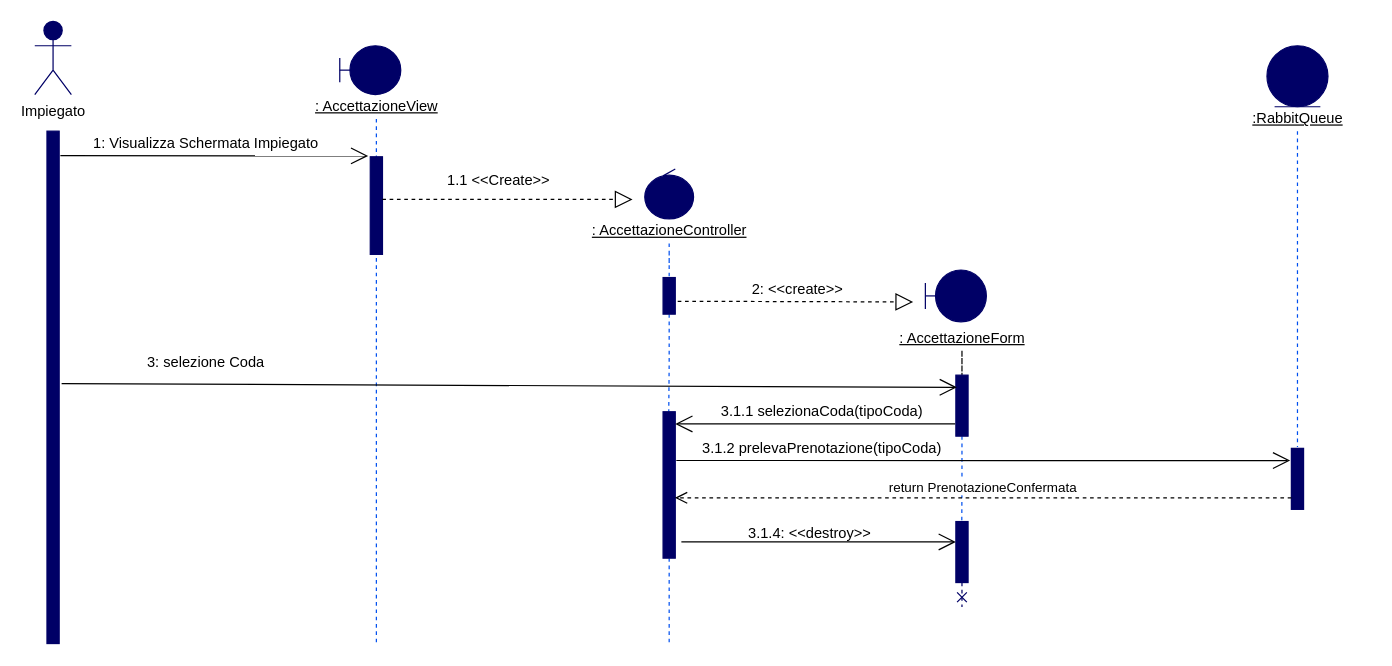
Earlier version of the draw.io diagram Documenti/RAD/Sequence Diagram/Accettazione Prenotazione/SD AccettazionePrenotazione (Con repo).drawio (Givaa/MedQueue). Source tidied: cells renumbered, new cells numbered last; positions are measured from the earlier drawing's top-left corner, leaving out a move shared by most shapes. Both pictures are drawn from the tidied source at 122%, with x=0, y=0 at pixel (34, 21).
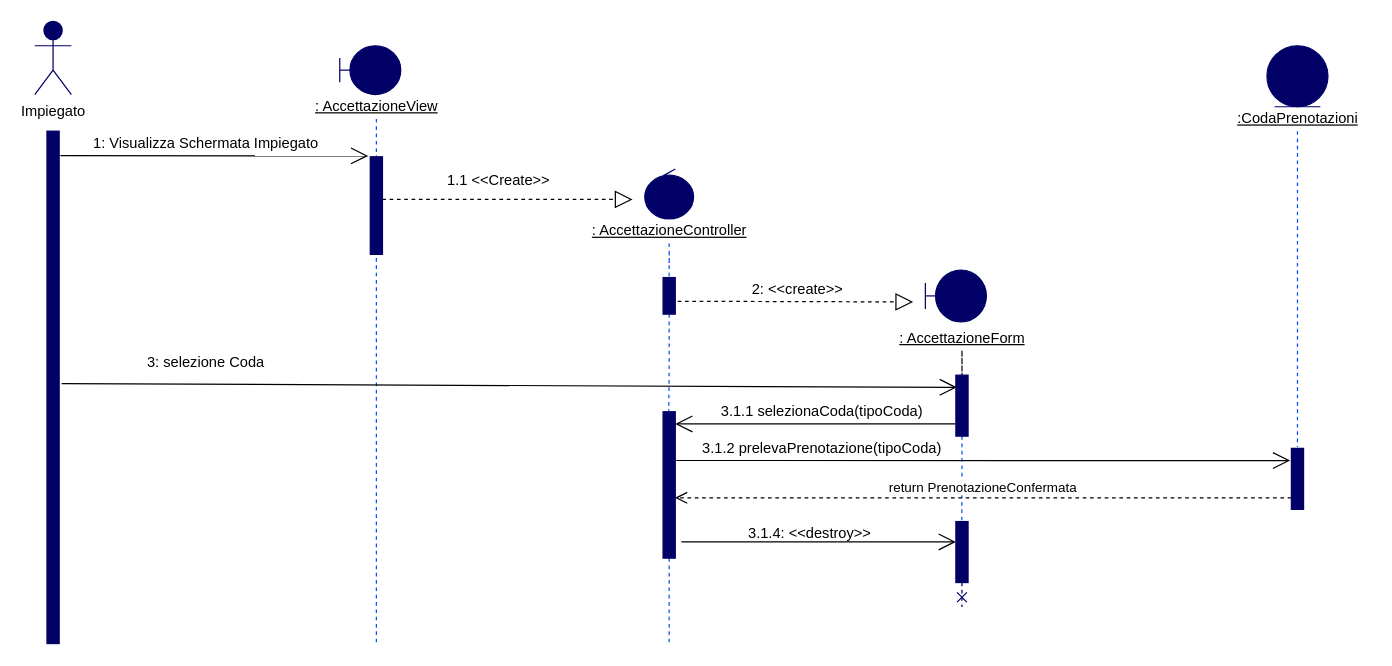
Above is the later version.

The edit, as a diff of the source:
```diff
@@
-    <mxCell id="34" value="&lt;u&gt;:RabbitQueue&lt;/u&gt;" style="text;html=1;align=center;verticalAlign=middle;points=[];" parent="1" vertex="1">
-      <mxGeometry x="990" y="70" width="90" height="20" as="geometry" />
+    <mxCell id="34" value="&lt;div&gt;&lt;u&gt;:CodaPrenotazioni&lt;/u&gt;&lt;/div&gt;" style="text;html=1;align=center;verticalAlign=middle;points=[];" parent="1" vertex="1">
+      <mxGeometry x="975" y="70" width="120" height="20" as="geometry" />
     </mxCell>
```
